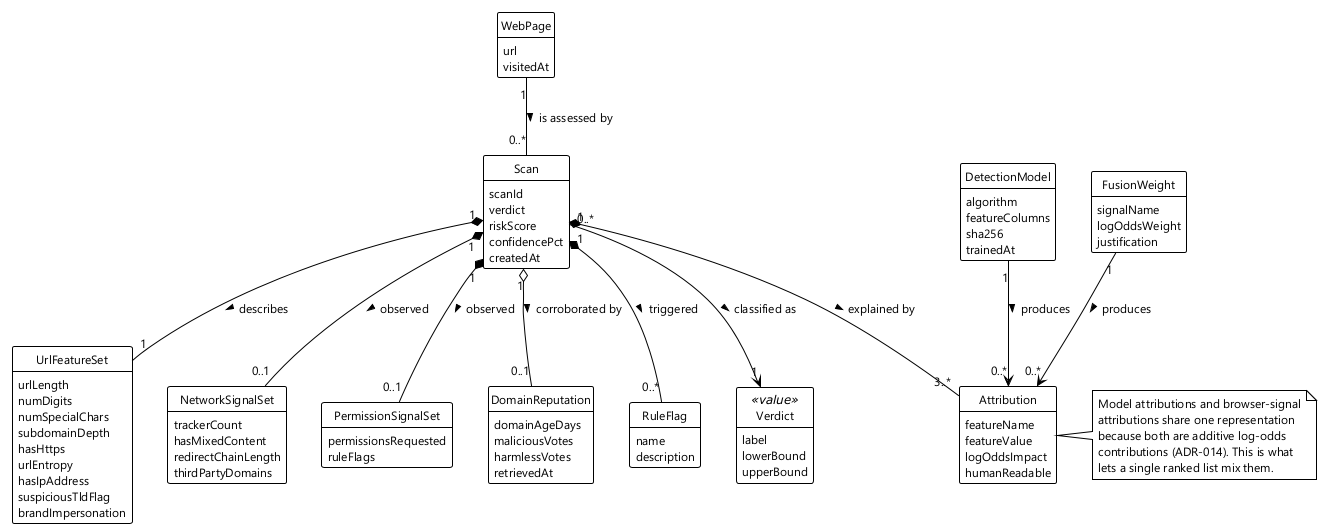
The PlantUML diagram docs/thesis/diagrams/out/fig-2-2-domain-model.png in Trust-Dr-BABA/Final-Year-Project, before a commit. Its diagram source:
```plantuml
@startuml fig-2-2-domain-model
!theme plain
skinparam shadowing false
skinparam defaultFontName "Segoe UI"
skinparam defaultFontSize 12
skinparam classAttributeIconSize 0
hide methods
hide circle

class WebPage {
  url
  visitedAt
}

class Scan {
  scanId
  verdict
  riskScore
  confidencePct
  createdAt
}

class UrlFeatureSet {
  urlLength
  numDigits
  numSpecialChars
  subdomainDepth
  hasHttps
  urlEntropy
  hasIpAddress
  suspiciousTldFlag
  brandImpersonation
}

class NetworkSignalSet {
  trackerCount
  hasMixedContent
  redirectChainLength
  thirdPartyDomains
}

class PermissionSignalSet {
  permissionsRequested
  ruleFlags
}

class DomainReputation {
  domainAgeDays
  maliciousVotes
  harmlessVotes
  retrievedAt
}

class Attribution {
  featureName
  featureValue
  logOddsImpact
  humanReadable
}

class RuleFlag {
  name
  description
}

class DetectionModel {
  algorithm
  featureColumns
  sha256
  trainedAt
}

class FusionWeight {
  signalName
  logOddsWeight
  justification
}

class Verdict <<value>> {
  label
  lowerBound
  upperBound
}

WebPage "1" -- "0..*" Scan : is assessed by >
Scan "1" *-- "1" UrlFeatureSet : describes >
Scan "1" *-- "0..1" NetworkSignalSet : observed >
Scan "1" *-- "0..1" PermissionSignalSet : observed >
Scan "1" o-- "0..1" DomainReputation : corroborated by >
Scan "1" *-- "3..*" Attribution : explained by >
Scan "1" *-- "0..*" RuleFlag : triggered >
Scan "0..*" --> "1" Verdict : classified as >
DetectionModel "1" --> "0..*" Attribution : produces >
FusionWeight "1" --> "0..*" Attribution : produces >

note right of Attribution
  Model attributions and browser-signal
  attributions share one representation
  because both are additive log-odds
  contributions (ADR-014). This is what
  lets a single ranked list mix them.
end note
@enduml
```
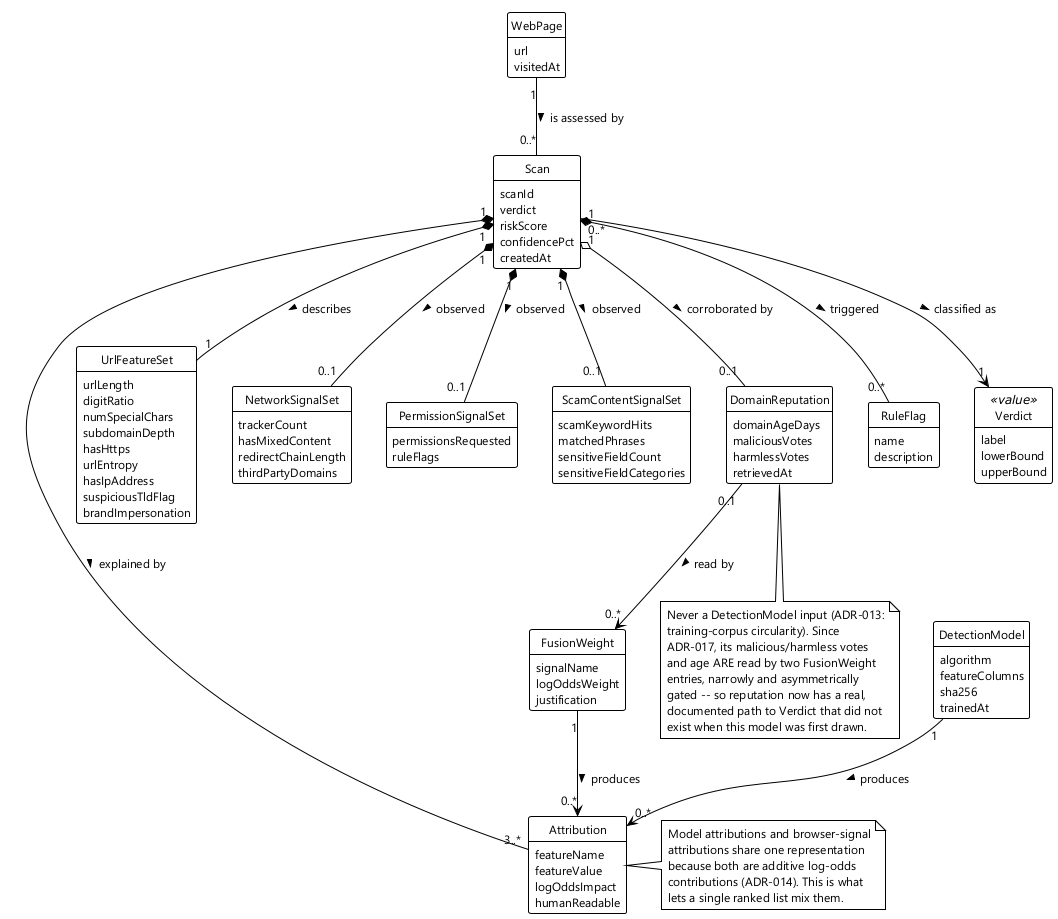
After the change.

The edit, as a diff of the source:
```diff
@@ -22,7 +22,7 @@
 
 class UrlFeatureSet {
   urlLength
-  numDigits
+  digitRatio
   numSpecialChars
   subdomainDepth
   hasHttps
@@ -42,6 +42,13 @@
 class PermissionSignalSet {
   permissionsRequested
   ruleFlags
+}
+
+class ScamContentSignalSet {
+  scamKeywordHits
+  matchedPhrases
+  sensitiveFieldCount
+  sensitiveFieldCategories
 }
 
 class DomainReputation {
@@ -86,12 +93,14 @@
 Scan "1" *-- "1" UrlFeatureSet : describes >
 Scan "1" *-- "0..1" NetworkSignalSet : observed >
 Scan "1" *-- "0..1" PermissionSignalSet : observed >
+Scan "1" *-- "0..1" ScamContentSignalSet : observed >
 Scan "1" o-- "0..1" DomainReputation : corroborated by >
 Scan "1" *-- "3..*" Attribution : explained by >
 Scan "1" *-- "0..*" RuleFlag : triggered >
 Scan "0..*" --> "1" Verdict : classified as >
 DetectionModel "1" --> "0..*" Attribution : produces >
 FusionWeight "1" --> "0..*" Attribution : produces >
+DomainReputation "0..1" --> "0..*" FusionWeight : read by >
 
 note right of Attribution
   Model attributions and browser-signal
@@ -100,4 +109,15 @@
   contributions (ADR-014). This is what
   lets a single ranked list mix them.
 end note
+
+note bottom of DomainReputation
+  Never a DetectionModel input (ADR-013:
+  training-corpus circularity). Since
+  ADR-017, its malicious/harmless votes
+  and age ARE read by two FusionWeight
+  entries, narrowly and asymmetrically
+  gated -- so reputation now has a real,
+  documented path to Verdict that did not
+  exist when this model was first drawn.
+end note
 @enduml
```
